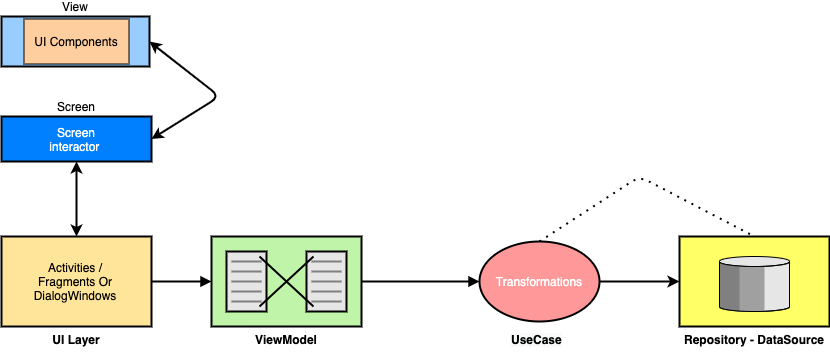
Earlier version of the draw.io export snaps/notes_arch.png (aldefy/Notes-with-Kotlin-DSL). Source tidied: cells renumbered, new cells last; positions are measured from the earlier drawing's top-left corner, leaving out a move shared by most shapes.
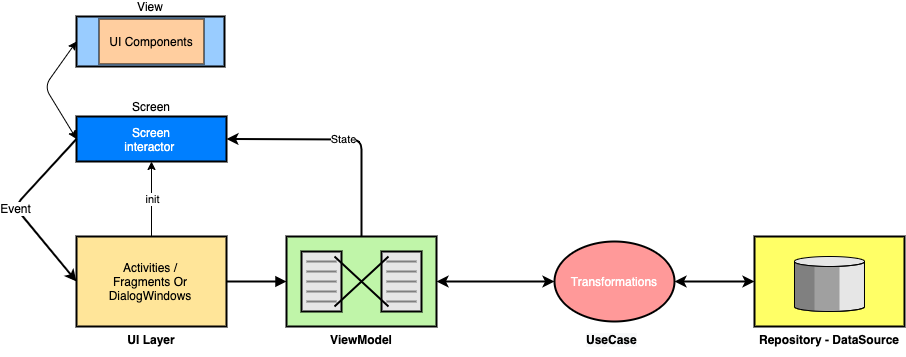
Later version of the same file.

Commit message:
Updates notes arch image to show state/event

What changed in the source:
```diff
@@ -2,11 +2,6 @@
   <root>
     <mxCell id="0" style="html=1;" />
     <mxCell id="1" style="html=1;" parent="0" />
-    <mxCell id="2" style="edgeStyle=orthogonalEdgeStyle;rounded=0;html=1;endArrow=block;endFill=1;jettySize=auto;strokeWidth=2;startArrow=none;startFill=0;" parent="1" edge="1" target="11">
-      <mxGeometry relative="1" as="geometry">
-        <mxPoint x="360" y="265" as="sourcePoint" />
-      </mxGeometry>
-    </mxCell>
     <mxCell id="3" style="edgeStyle=orthogonalEdgeStyle;rounded=0;html=1;endArrow=block;endFill=1;jettySize=auto;strokeWidth=2;startArrow=none;startFill=0;" parent="1" edge="1" source="4">
       <mxGeometry relative="1" as="geometry">
         <mxPoint x="210" y="265" as="targetPoint" />
@@ -18,9 +13,6 @@
     <mxCell id="5" value="Repository - DataSource" style="strokeWidth=2;dashed=0;align=center;fontSize=12;verticalLabelPosition=bottom;verticalAlign=top;shape=mxgraph.eip.message_store;fontStyle=1;fillColor=#FFFF66;" parent="1" vertex="1">
       <mxGeometry x="678" y="220" width="150" height="90" as="geometry" />
     </mxCell>
-    <mxCell id="6" style="endArrow=classic;startArrow=classic;html=1;fontSize=12;exitX=0.5;exitY=0;exitDx=0;exitDy=0;entryX=0.5;entryY=1;entryDx=0;entryDy=0;strokeWidth=2;" parent="1" edge="1" source="4" target="8">
-      <mxGeometry relative="1" as="geometry" />
-    </mxCell>
     <mxCell id="7" value="ViewModel" style="strokeWidth=2;dashed=0;align=center;fontSize=12;shape=mxgraph.eip.message_translator;fillColor=#c0f5a9;verticalLabelPosition=bottom;verticalAlign=top;fontStyle=1;" parent="1" vertex="1">
       <mxGeometry x="210" y="220" width="150" height="90" as="geometry" />
     </mxCell>
@@ -30,10 +22,10 @@
     <mxCell id="9" value="View" style="strokeWidth=2;dashed=0;align=center;fontSize=12;shape=rect;verticalLabelPosition=top;verticalAlign=bottom;labelPosition=center;fillColor=#99CCFF;" parent="1" vertex="1">
       <mxGeometry width="148" height="50" as="geometry" />
     </mxCell>
-    <mxCell id="10" style="endArrow=classic;startArrow=classic;html=1;strokeWidth=2;fontSize=12;entryX=1;entryY=0.5;entryDx=0;entryDy=0;exitX=1;exitY=0.5;exitDx=0;exitDy=0;" parent="1" edge="1" source="8" target="9">
+    <mxCell id="10" style="endArrow=classic;startArrow=classic;html=1;strokeWidth=1;fontSize=12;entryX=0;entryY=0.5;entryDx=0;entryDy=0;exitX=0;exitY=0.5;exitDx=0;exitDy=0;" parent="1" edge="1" source="8" target="9">
       <mxGeometry relative="1" as="geometry">
         <Array as="points">
-          <mxPoint x="218" y="80" />
+          <mxPoint x="-32" y="70" />
         </Array>
       </mxGeometry>
     </mxCell>
@@ -43,16 +35,6 @@
     <mxCell id="12" value="&lt;span style=&quot;color: rgb(0 , 0 , 0) ; font-family: &amp;#34;helvetica&amp;#34; ; font-size: 12px ; font-style: normal ; letter-spacing: normal ; text-align: center ; text-indent: 0px ; text-transform: none ; word-spacing: 0px ; background-color: rgb(248 , 249 , 250) ; display: inline ; float: none&quot;&gt;&lt;b&gt;UseCase&lt;/b&gt;&lt;/span&gt;" style="text;whiteSpace=wrap;html=1;" parent="1" vertex="1">
       <mxGeometry x="508" y="310" width="60" height="30" as="geometry" />
     </mxCell>
-    <mxCell id="13" style="endArrow=classic;html=1;strokeWidth=2;fontSize=12;exitX=1;exitY=0.5;exitDx=0;exitDy=0;entryX=0;entryY=0.5;entryDx=0;entryDy=0;entryPerimeter=0;" parent="1" edge="1" source="11" target="5">
-      <mxGeometry relative="1" as="geometry" />
-    </mxCell>
-    <mxCell id="14" style="endArrow=none;dashed=1;html=1;dashPattern=1 3;strokeWidth=2;fontSize=12;exitX=0.5;exitY=0;exitDx=0;exitDy=0;entryX=0.5;entryY=0;entryDx=0;entryDy=0;entryPerimeter=0;" parent="1" edge="1" source="11" target="5">
-      <mxGeometry relative="1" as="geometry">
-        <Array as="points">
-          <mxPoint x="638" y="160" />
-        </Array>
-      </mxGeometry>
-    </mxCell>
     <mxCell id="15" value="UI Components" style="strokeWidth=1;dashed=0;align=center;fontSize=12;shape=rect;strokeColor=#000000;fillColor=#FFCE9F;" parent="1" vertex="1">
       <mxGeometry x="22.5" y="2.5" width="105" height="45" as="geometry" />
     </mxCell>
@@ -62,5 +44,38 @@
     <mxCell id="17" value="&lt;font color=&quot;#ffffff&quot;&gt;Screen interactor&amp;nbsp;&lt;/font&gt;" style="text;html=1;strokeColor=none;fillColor=none;align=center;verticalAlign=middle;whiteSpace=wrap;rounded=0;dashed=0;" parent="1" vertex="1">
       <mxGeometry x="55" y="112.5" width="40" height="20" as="geometry" />
     </mxCell>
+    <mxCell id="18" style="endArrow=classic;html=1;strokeWidth=2;fontSize=12;entryX=1;entryY=0.5;entryDx=0;entryDy=0;exitX=0.5;exitY=0;exitDx=0;exitDy=0;exitPerimeter=0;" parent="1" edge="1" source="7" target="8">
+      <mxGeometry relative="1" as="geometry">
+        <Array as="points">
+          <mxPoint x="285" y="123" />
+        </Array>
+      </mxGeometry>
+    </mxCell>
+    <mxCell id="19" value="State" style="edgeLabel;html=1;align=center;verticalAlign=middle;" parent="18" vertex="1">
+      <mxGeometry relative="1" as="geometry" />
+    </mxCell>
+    <mxCell id="20" value="Event" style="endArrow=classic;html=1;strokeWidth=2;fontSize=12;exitX=0;exitY=0.5;exitDx=0;exitDy=0;entryX=0;entryY=0.5;entryDx=0;entryDy=0;" parent="1" edge="1" source="8" target="4">
+      <mxGeometry relative="1" as="geometry">
+        <Array as="points">
+          <mxPoint x="-62" y="190" />
+        </Array>
+      </mxGeometry>
+    </mxCell>
+    <mxCell id="6" style="endArrow=classic;html=1;strokeWidth=1;fontSize=12;exitX=0.5;exitY=0;exitDx=0;exitDy=0;entryX=0.5;entryY=1;entryDx=0;entryDy=0;" parent="1" edge="1" source="4" target="8">
+      <mxGeometry relative="1" as="geometry" />
+    </mxCell>
+    <mxCell id="21" value="init" style="edgeLabel;html=1;align=center;verticalAlign=middle;" parent="6" vertex="1">
+      <mxGeometry relative="1" as="geometry" />
+    </mxCell>
+    <mxCell id="22" style="endArrow=classic;startArrow=classic;html=1;strokeWidth=2;fontSize=12;entryX=0;entryY=0.5;entryDx=0;entryDy=0;entryPerimeter=0;exitX=1;exitY=0.5;exitDx=0;exitDy=0;" parent="1" edge="1" source="11" target="5">
+      <mxGeometry relative="1" as="geometry">
+        <Array as="points">
+          <mxPoint x="638" y="265" />
+        </Array>
+      </mxGeometry>
+    </mxCell>
+    <mxCell id="23" style="endArrow=classic;startArrow=classic;html=1;strokeWidth=2;fontSize=12;exitX=1;exitY=0.5;exitDx=0;exitDy=0;exitPerimeter=0;entryX=0;entryY=0.5;entryDx=0;entryDy=0;" parent="1" edge="1" source="7" target="11">
+      <mxGeometry relative="1" as="geometry" />
+    </mxCell>
   </root>
 </mxGraphModel>
```
